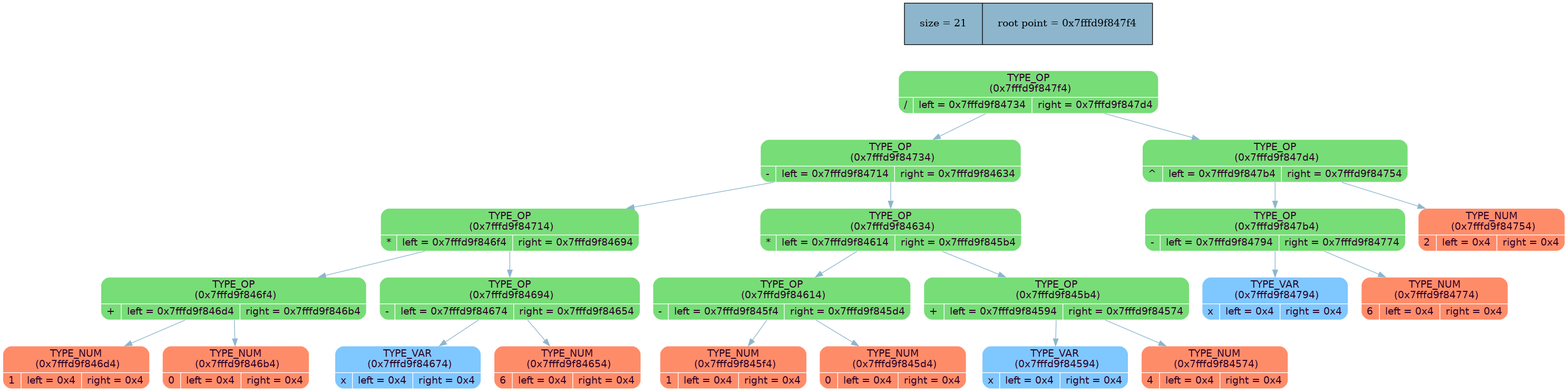
MaxGroshev/differentiator keeps this Graphviz diagram as dump_info/tree_dump.png. Above is the earlier version. Its source is kept beside it as dump_info/tree_dump.dot.
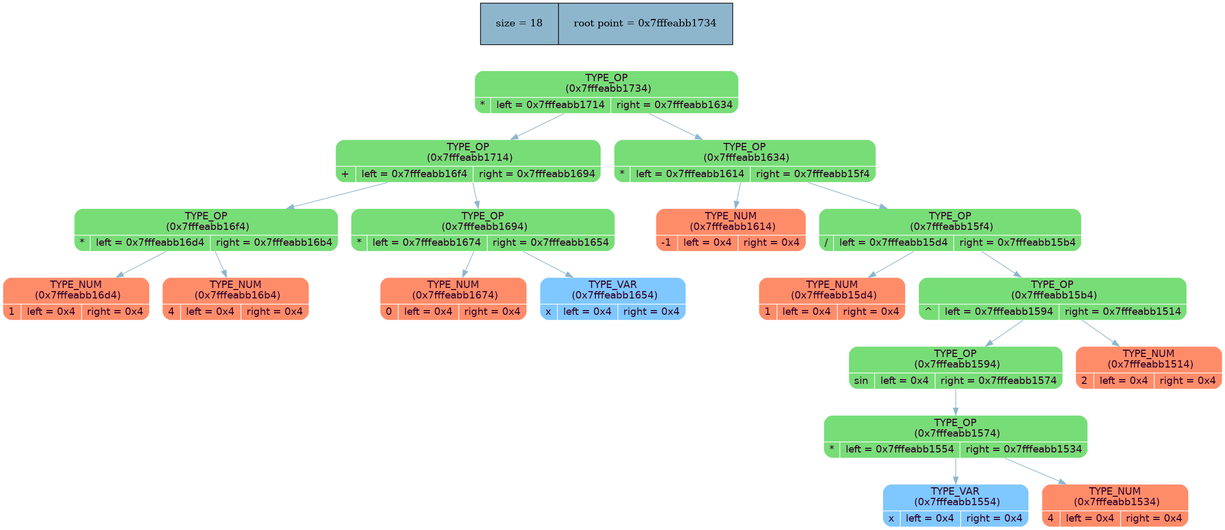
After the commit.

What changed in the source:
```diff
@@ -3,48 +3,42 @@
 rankdir = ""
 splines = "true"
 
-node_stat [margin = "0.3*0.3", style = "filled", shape = "record", fillcolor = "#8DB6CD" label = " size = 21 | root point = 0x7fffd9f847f4"]
+node_stat [margin = "0.3*0.3", style = "filled", shape = "record", fillcolor = "#8DB6CD" label = " size = 18 | root point = 0x4a4da84"]
 {rank = source; node_stat}
 
-node0x7fffd9f847f4 [shape = "Mrecord", fillcolor = "#77DD77", style = "filled", fontcolor = "#31032A", fontname = "Calibri", color = "white", label = "{TYPE_OP\n (0x7fffd9f847f4)| {/ |left = 0x7fffd9f84734 |right = 0x7fffd9f847d4}}"]
-node0x7fffd9f847f4 -> node0x7fffd9f84734 [color = "#8DB6CD", style = "", constraint = true, fillcolor = "#8DB6CD",   fontcolor = "", fontname = "Calibri", label = ""];
-node0x7fffd9f84734 [shape = "Mrecord", fillcolor = "#77DD77", style = "filled", fontcolor = "#31032A", fontname = "Calibri", color = "white", label = "{TYPE_OP\n (0x7fffd9f84734)| {- |left = 0x7fffd9f84714 |right = 0x7fffd9f84634}}"]
-node0x7fffd9f84734 -> node0x7fffd9f84714 [color = "#8DB6CD", style = "", constraint = true, fillcolor = "#8DB6CD",   fontcolor = "", fontname = "Calibri", label = ""];
-node0x7fffd9f84714 [shape = "Mrecord", fillcolor = "#77DD77", style = "filled", fontcolor = "#31032A", fontname = "Calibri", color = "white", label = "{TYPE_OP\n (0x7fffd9f84714)| {* |left = 0x7fffd9f846f4 |right = 0x7fffd9f84694}}"]
-node0x7fffd9f84714 -> node0x7fffd9f846f4 [color = "#8DB6CD", style = "", constraint = true, fillcolor = "#8DB6CD",   fontcolor = "", fontname = "Calibri", label = ""];
-node0x7fffd9f846f4 [shape = "Mrecord", fillcolor = "#77DD77", style = "filled", fontcolor = "#31032A", fontname = "Calibri", color = "white", label = "{TYPE_OP\n (0x7fffd9f846f4)| {+ |left = 0x7fffd9f846d4 |right = 0x7fffd9f846b4}}"]
-node0x7fffd9f846f4 -> node0x7fffd9f846d4 [color = "#8DB6CD", style = "", constraint = true, fillcolor = "#8DB6CD",   fontcolor = "", fontname = "Calibri", label = ""];
-node0x7fffd9f846d4 [shape = "Mrecord", fillcolor = "#FF8C69", style = "filled", fontcolor = "#31032A", fontname = "Calibri", color = "white", label = "{TYPE_NUM\n (0x7fffd9f846d4)| {1 |left = 0x4 |right = 0x4}}"]
-node0x7fffd9f846f4 -> node0x7fffd9f846b4 [color = "#8DB6CD", style = "", constraint = true, fillcolor = "#8DB6CD",   fontcolor = "", fontname = "Calibri", label = ""];
-node0x7fffd9f846b4 [shape = "Mrecord", fillcolor = "#FF8C69", style = "filled", fontcolor = "#31032A", fontname = "Calibri", color = "white", label = "{TYPE_NUM\n (0x7fffd9f846b4)| {0 |left = 0x4 |right = 0x4}}"]
-node0x7fffd9f84714 -> node0x7fffd9f84694 [color = "#8DB6CD", style = "", constraint = true, fillcolor = "#8DB6CD",   fontcolor = "", fontname = "Calibri", label = ""];
-node0x7fffd9f84694 [shape = "Mrecord", fillcolor = "#77DD77", style = "filled", fontcolor = "#31032A", fontname = "Calibri", color = "white", label = "{TYPE_OP\n (0x7fffd9f84694)| {- |left = 0x7fffd9f84674 |right = 0x7fffd9f84654}}"]
-node0x7fffd9f84694 -> node0x7fffd9f84674 [color = "#8DB6CD", style = "", constraint = true, fillcolor = "#8DB6CD",   fontcolor = "", fontname = "Calibri", label = ""];
-node0x7fffd9f84674 [shape = "Mrecord", fillcolor = "#7FC7FF", style = "filled", fontcolor = "#31032A", fontname = "Calibri", color = "white", label = "{TYPE_VAR\n (0x7fffd9f84674)| {x |left = 0x4 |right = 0x4}}"]
-node0x7fffd9f84694 -> node0x7fffd9f84654 [color = "#8DB6CD", style = "", constraint = true, fillcolor = "#8DB6CD",   fontcolor = "", fontname = "Calibri", label = ""];
-node0x7fffd9f84654 [shape = "Mrecord", fillcolor = "#FF8C69", style = "filled", fontcolor = "#31032A", fontname = "Calibri", color = "white", label = "{TYPE_NUM\n (0x7fffd9f84654)| {6 |left = 0x4 |right = 0x4}}"]
-node0x7fffd9f84734 -> node0x7fffd9f84634 [color = "#8DB6CD", style = "", constraint = true, fillcolor = "#8DB6CD",   fontcolor = "", fontname = "Calibri", label = ""];
-node0x7fffd9f84634 [shape = "Mrecord", fillcolor = "#77DD77", style = "filled", fontcolor = "#31032A", fontname = "Calibri", color = "white", label = "{TYPE_OP\n (0x7fffd9f84634)| {* |left = 0x7fffd9f84614 |right = 0x7fffd9f845b4}}"]
-node0x7fffd9f84634 -> node0x7fffd9f84614 [color = "#8DB6CD", style = "", constraint = true, fillcolor = "#8DB6CD",   fontcolor = "", fontname = "Calibri", label = ""];
-node0x7fffd9f84614 [shape = "Mrecord", fillcolor = "#77DD77", style = "filled", fontcolor = "#31032A", fontname = "Calibri", color = "white", label = "{TYPE_OP\n (0x7fffd9f84614)| {- |left = 0x7fffd9f845f4 |right = 0x7fffd9f845d4}}"]
-node0x7fffd9f84614 -> node0x7fffd9f845f4 [color = "#8DB6CD", style = "", constraint = true, fillcolor = "#8DB6CD",   fontcolor = "", fontname = "Calibri", label = ""];
-node0x7fffd9f845f4 [shape = "Mrecord", fillcolor = "#FF8C69", style = "filled", fontcolor = "#31032A", fontname = "Calibri", color = "white", label = "{TYPE_NUM\n (0x7fffd9f845f4)| {1 |left = 0x4 |right = 0x4}}"]
-node0x7fffd9f84614 -> node0x7fffd9f845d4 [color = "#8DB6CD", style = "", constraint = true, fillcolor = "#8DB6CD",   fontcolor = "", fontname = "Calibri", label = ""];
-node0x7fffd9f845d4 [shape = "Mrecord", fillcolor = "#FF8C69", style = "filled", fontcolor = "#31032A", fontname = "Calibri", color = "white", label = "{TYPE_NUM\n (0x7fffd9f845d4)| {0 |left = 0x4 |right = 0x4}}"]
-node0x7fffd9f84634 -> node0x7fffd9f845b4 [color = "#8DB6CD", style = "", constraint = true, fillcolor = "#8DB6CD",   fontcolor = "", fontname = "Calibri", label = ""];
-node0x7fffd9f845b4 [shape = "Mrecord", fillcolor = "#77DD77", style = "filled", fontcolor = "#31032A", fontname = "Calibri", color = "white", label = "{TYPE_OP\n (0x7fffd9f845b4)| {+ |left = 0x7fffd9f84594 |right = 0x7fffd9f84574}}"]
-node0x7fffd9f845b4 -> node0x7fffd9f84594 [color = "#8DB6CD", style = "", constraint = true, fillcolor = "#8DB6CD",   fontcolor = "", fontname = "Calibri", label = ""];
-node0x7fffd9f84594 [shape = "Mrecord", fillcolor = "#7FC7FF", style = "filled", fontcolor = "#31032A", fontname = "Calibri", color = "white", label = "{TYPE_VAR\n (0x7fffd9f84594)| {x |left = 0x4 |right = 0x4}}"]
-node0x7fffd9f845b4 -> node0x7fffd9f84574 [color = "#8DB6CD", style = "", constraint = true, fillcolor = "#8DB6CD",   fontcolor = "", fontname = "Calibri", label = ""];
-node0x7fffd9f84574 [shape = "Mrecord", fillcolor = "#FF8C69", style = "filled", fontcolor = "#31032A", fontname = "Calibri", color = "white", label = "{TYPE_NUM\n (0x7fffd9f84574)| {4 |left = 0x4 |right = 0x4}}"]
-node0x7fffd9f847f4 -> node0x7fffd9f847d4 [color = "#8DB6CD", style = "", constraint = true, fillcolor = "#8DB6CD",   fontcolor = "", fontname = "Calibri", label = ""];
-node0x7fffd9f847d4 [shape = "Mrecord", fillcolor = "#77DD77", style = "filled", fontcolor = "#31032A", fontname = "Calibri", color = "white", label = "{TYPE_OP\n (0x7fffd9f847d4)| {^ |left = 0x7fffd9f847b4 |right = 0x7fffd9f84754}}"]
-node0x7fffd9f847d4 -> node0x7fffd9f847b4 [color = "#8DB6CD", style = "", constraint = true, fillcolor = "#8DB6CD",   fontcolor = "", fontname = "Calibri", label = ""];
-node0x7fffd9f847b4 [shape = "Mrecord", fillcolor = "#77DD77", style = "filled", fontcolor = "#31032A", fontname = "Calibri", color = "white", label = "{TYPE_OP\n (0x7fffd9f847b4)| {- |left = 0x7fffd9f84794 |right = 0x7fffd9f84774}}"]
-node0x7fffd9f847b4 -> node0x7fffd9f84794 [color = "#8DB6CD", style = "", constraint = true, fillcolor = "#8DB6CD",   fontcolor = "", fontname = "Calibri", label = ""];
-node0x7fffd9f84794 [shape = "Mrecord", fillcolor = "#7FC7FF", style = "filled", fontcolor = "#31032A", fontname = "Calibri", color = "white", label = "{TYPE_VAR\n (0x7fffd9f84794)| {x |left = 0x4 |right = 0x4}}"]
-node0x7fffd9f847b4 -> node0x7fffd9f84774 [color = "#8DB6CD", style = "", constraint = true, fillcolor = "#8DB6CD",   fontcolor = "", fontname = "Calibri", label = ""];
-node0x7fffd9f84774 [shape = "Mrecord", fillcolor = "#FF8C69", style = "filled", fontcolor = "#31032A", fontname = "Calibri", color = "white", label = "{TYPE_NUM\n (0x7fffd9f84774)| {6 |left = 0x4 |right = 0x4}}"]
-node0x7fffd9f847d4 -> node0x7fffd9f84754 [color = "#8DB6CD", style = "", constraint = true, fillcolor = "#8DB6CD",   fontcolor = "", fontname = "Calibri", label = ""];
-node0x7fffd9f84754 [shape = "Mrecord", fillcolor = "#FF8C69", style = "filled", fontcolor = "#31032A", fontname = "Calibri", color = "white", label = "{TYPE_NUM\n (0x7fffd9f84754)| {2 |left = 0x4 |right = 0x4}}"]
+node0x4a4da84 [shape = "Mrecord", fillcolor = "#77DD77", style = "filled", fontcolor = "#31032A", fontname = "Calibri", color = "white", label = "{TYPE_OP\n (0x4a4da84)| {* |left = 0x4a4da24 |right = 0x4a4d784}}"]
+node0x4a4da84 -> node0x4a4da24 [color = "#8DB6CD", style = "", constraint = true, fillcolor = "#8DB6CD",   fontcolor = "", fontname = "Calibri", label = ""];
+node0x4a4da24 [shape = "Mrecord", fillcolor = "#77DD77", style = "filled", fontcolor = "#31032A", fontname = "Calibri", color = "white", label = "{TYPE_OP\n (0x4a4da24)| {+ |left = 0x4a4d9c4 |right = 0x4a4d8a4}}"]
+node0x4a4da24 -> node0x4a4d9c4 [color = "#8DB6CD", style = "", constraint = true, fillcolor = "#8DB6CD",   fontcolor = "", fontname = "Calibri", label = ""];
+node0x4a4d9c4 [shape = "Mrecord", fillcolor = "#77DD77", style = "filled", fontcolor = "#31032A", fontname = "Calibri", color = "white", label = "{TYPE_OP\n (0x4a4d9c4)| {* |left = 0x4a4d964 |right = 0x4a4d904}}"]
+node0x4a4d9c4 -> node0x4a4d964 [color = "#8DB6CD", style = "", constraint = true, fillcolor = "#8DB6CD",   fontcolor = "", fontname = "Calibri", label = ""];
+node0x4a4d964 [shape = "Mrecord", fillcolor = "#FF8C69", style = "filled", fontcolor = "#31032A", fontname = "Calibri", color = "white", label = "{TYPE_NUM\n (0x4a4d964)| {1 |left = 0x4 |right = 0x4}}"]
+node0x4a4d9c4 -> node0x4a4d904 [color = "#8DB6CD", style = "", constraint = true, fillcolor = "#8DB6CD",   fontcolor = "", fontname = "Calibri", label = ""];
+node0x4a4d904 [shape = "Mrecord", fillcolor = "#FF8C69", style = "filled", fontcolor = "#31032A", fontname = "Calibri", color = "white", label = "{TYPE_NUM\n (0x4a4d904)| {4 |left = 0x4 |right = 0x4}}"]
+node0x4a4da24 -> node0x4a4d8a4 [color = "#8DB6CD", style = "", constraint = true, fillcolor = "#8DB6CD",   fontcolor = "", fontname = "Calibri", label = ""];
+node0x4a4d8a4 [shape = "Mrecord", fillcolor = "#77DD77", style = "filled", fontcolor = "#31032A", fontname = "Calibri", color = "white", label = "{TYPE_OP\n (0x4a4d8a4)| {* |left = 0x4a4d844 |right = 0x4a4d7e4}}"]
+node0x4a4d8a4 -> node0x4a4d844 [color = "#8DB6CD", style = "", constraint = true, fillcolor = "#8DB6CD",   fontcolor = "", fontname = "Calibri", label = ""];
+node0x4a4d844 [shape = "Mrecord", fillcolor = "#FF8C69", style = "filled", fontcolor = "#31032A", fontname = "Calibri", color = "white", label = "{TYPE_NUM\n (0x4a4d844)| {0 |left = 0x4 |right = 0x4}}"]
+node0x4a4d8a4 -> node0x4a4d7e4 [color = "#8DB6CD", style = "", constraint = true, fillcolor = "#8DB6CD",   fontcolor = "", fontname = "Calibri", label = ""];
+node0x4a4d7e4 [shape = "Mrecord", fillcolor = "#7FC7FF", style = "filled", fontcolor = "#31032A", fontname = "Calibri", color = "white", label = "{TYPE_VAR\n (0x4a4d7e4)| {x |left = 0x4 |right = 0x4}}"]
+node0x4a4da84 -> node0x4a4d784 [color = "#8DB6CD", style = "", constraint = true, fillcolor = "#8DB6CD",   fontcolor = "", fontname = "Calibri", label = ""];
+node0x4a4d784 [shape = "Mrecord", fillcolor = "#77DD77", style = "filled", fontcolor = "#31032A", fontname = "Calibri", color = "white", label = "{TYPE_OP\n (0x4a4d784)| {* |left = 0x4a4d724 |right = 0x4a4d6c4}}"]
+node0x4a4d784 -> node0x4a4d724 [color = "#8DB6CD", style = "", constraint = true, fillcolor = "#8DB6CD",   fontcolor = "", fontname = "Calibri", label = ""];
+node0x4a4d724 [shape = "Mrecord", fillcolor = "#FF8C69", style = "filled", fontcolor = "#31032A", fontname = "Calibri", color = "white", label = "{TYPE_NUM\n (0x4a4d724)| {-1 |left = 0x4 |right = 0x4}}"]
+node0x4a4d784 -> node0x4a4d6c4 [color = "#8DB6CD", style = "", constraint = true, fillcolor = "#8DB6CD",   fontcolor = "", fontname = "Calibri", label = ""];
+node0x4a4d6c4 [shape = "Mrecord", fillcolor = "#77DD77", style = "filled", fontcolor = "#31032A", fontname = "Calibri", color = "white", label = "{TYPE_OP\n (0x4a4d6c4)| {/ |left = 0x4a4d664 |right = 0x4a4d604}}"]
+node0x4a4d6c4 -> node0x4a4d664 [color = "#8DB6CD", style = "", constraint = true, fillcolor = "#8DB6CD",   fontcolor = "", fontname = "Calibri", label = ""];
+node0x4a4d664 [shape = "Mrecord", fillcolor = "#FF8C69", style = "filled", fontcolor = "#31032A", fontname = "Calibri", color = "white", label = "{TYPE_NUM\n (0x4a4d664)| {1 |left = 0x4 |right = 0x4}}"]
+node0x4a4d6c4 -> node0x4a4d604 [color = "#8DB6CD", style = "", constraint = true, fillcolor = "#8DB6CD",   fontcolor = "", fontname = "Calibri", label = ""];
+node0x4a4d604 [shape = "Mrecord", fillcolor = "#77DD77", style = "filled", fontcolor = "#31032A", fontname = "Calibri", color = "white", label = "{TYPE_OP\n (0x4a4d604)| {^ |left = 0x4a4d5a4 |right = 0x4a4d424}}"]
+node0x4a4d604 -> node0x4a4d5a4 [color = "#8DB6CD", style = "", constraint = true, fillcolor = "#8DB6CD",   fontcolor = "", fontname = "Calibri", label = ""];
+node0x4a4d5a4 [shape = "Mrecord", fillcolor = "#77DD77", style = "filled", fontcolor = "#31032A", fontname = "Calibri", color = "white", label = "{TYPE_OP\n (0x4a4d5a4)| {sin |left = 0x4 |right = 0x4a4d544}}"]
+node0x4a4d5a4 -> node0x4a4d544 [color = "#8DB6CD", style = "", constraint = true, fillcolor = "#8DB6CD",   fontcolor = "", fontname = "Calibri", label = ""];
+node0x4a4d544 [shape = "Mrecord", fillcolor = "#77DD77", style = "filled", fontcolor = "#31032A", fontname = "Calibri", color = "white", label = "{TYPE_OP\n (0x4a4d544)| {* |left = 0x4a4d4e4 |right = 0x4a4d484}}"]
+node0x4a4d544 -> node0x4a4d4e4 [color = "#8DB6CD", style = "", constraint = true, fillcolor = "#8DB6CD",   fontcolor = "", fontname = "Calibri", label = ""];
+node0x4a4d4e4 [shape = "Mrecord", fillcolor = "#7FC7FF", style = "filled", fontcolor = "#31032A", fontname = "Calibri", color = "white", label = "{TYPE_VAR\n (0x4a4d4e4)| {x |left = 0x4 |right = 0x4}}"]
+node0x4a4d544 -> node0x4a4d484 [color = "#8DB6CD", style = "", constraint = true, fillcolor = "#8DB6CD",   fontcolor = "", fontname = "Calibri", label = ""];
+node0x4a4d484 [shape = "Mrecord", fillcolor = "#FF8C69", style = "filled", fontcolor = "#31032A", fontname = "Calibri", color = "white", label = "{TYPE_NUM\n (0x4a4d484)| {4 |left = 0x4 |right = 0x4}}"]
+node0x4a4d604 -> node0x4a4d424 [color = "#8DB6CD", style = "", constraint = true, fillcolor = "#8DB6CD",   fontcolor = "", fontname = "Calibri", label = ""];
+node0x4a4d424 [shape = "Mrecord", fillcolor = "#FF8C69", style = "filled", fontcolor = "#31032A", fontname = "Calibri", color = "white", label = "{TYPE_NUM\n (0x4a4d424)| {2 |left = 0x4 |right = 0x4}}"]
 }
```
